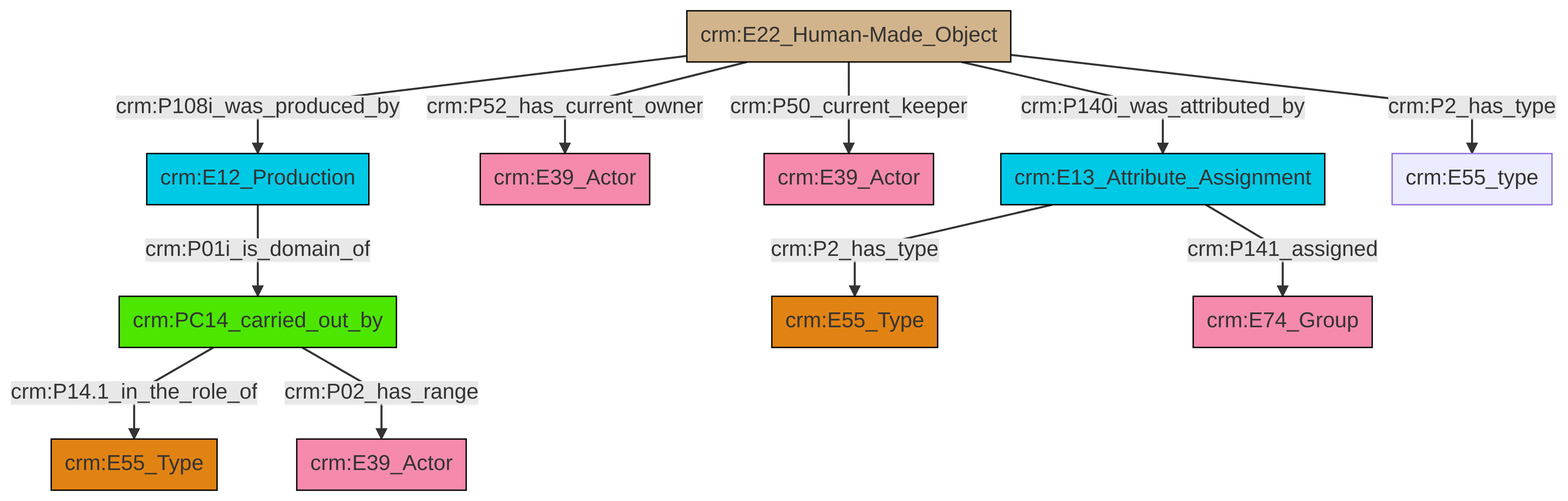
swiss-art-research-net/docs.swissartresearch keeps this Mermaid diagram as et/artworkCSV/ttl/mmd/png/Artwork_Actor_Relations.png. Above is the earlier version. Its source is kept beside it as et/artworkCSV/ttl/mmd/Artwork_Actor_Relations.ttl.mmd.
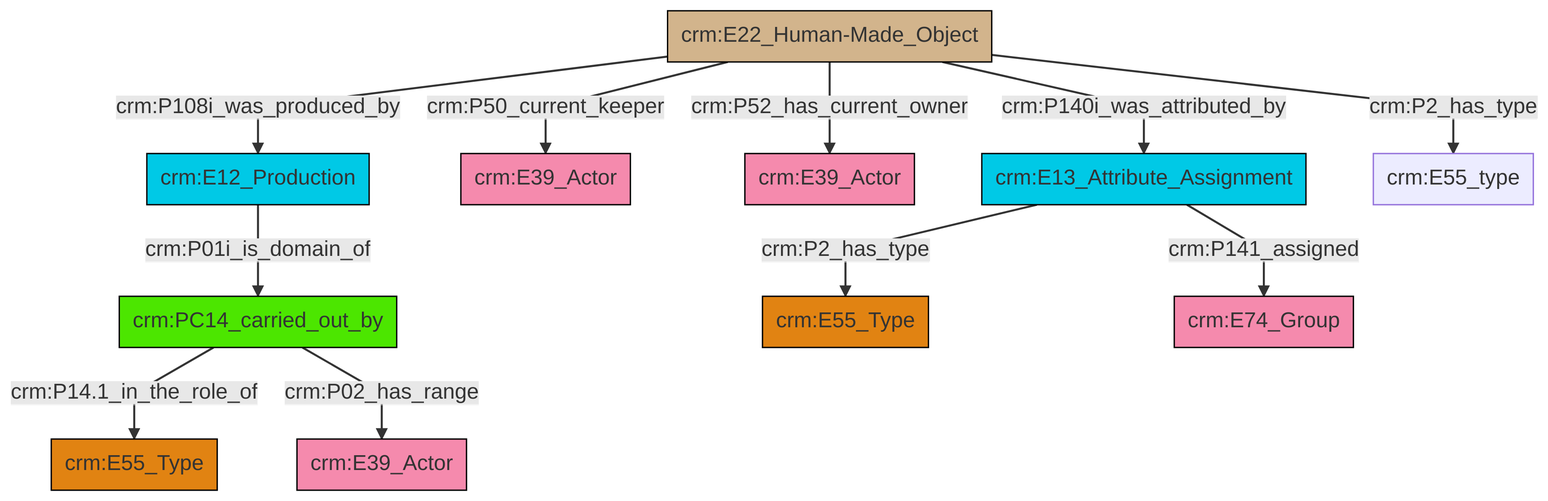
The same file after the commit.

Diff of the diagram source:
```diff
@@ -13,13 +13,13 @@
 classDef PC_Classes fill:#4ce600, stroke:#000000;
 classDef Multi fill:#cccccc,stroke:#000000;
 
-0["crm:PC14_carried_out_by"]:::PC_Classes -->|crm:P14.1_in_the_role_of| 1["crm:E55_Type"]:::Type
-4["crm:E22_Human-Made_Object"]:::Physical_Thing -->|crm:P52_has_current_owner| 5["crm:E39_Actor"]:::Actor
-4["crm:E22_Human-Made_Object"]:::Physical_Thing -->|crm:P50_current_keeper| 8["crm:E39_Actor"]:::Actor
-4["crm:E22_Human-Made_Object"]:::Physical_Thing -->|crm:P140i_was_attributed_by| 10["crm:E13_Attribute_Assignment"]:::Temporal_Entity
-4["crm:E22_Human-Made_Object"]:::Physical_Thing -->|crm:P108i_was_produced_by| 2["crm:E12_Production"]:::Temporal_Entity
-10["crm:E13_Attribute_Assignment"]:::Temporal_Entity -->|crm:P141_assigned| 12["crm:E74_Group"]:::Actor
-4["crm:E22_Human-Made_Object"]:::Physical_Thing -->|crm:P2_has_type| 14["crm:E55_type"]:::Default
-0["crm:PC14_carried_out_by"]:::PC_Classes -->|crm:P02_has_range| 17["crm:E39_Actor"]:::Actor
-10["crm:E13_Attribute_Assignment"]:::Temporal_Entity -->|crm:P2_has_type| 6["crm:E55_Type"]:::Type
-2["crm:E12_Production"]:::Temporal_Entity -->|crm:P01i_is_domain_of| 0["crm:PC14_carried_out_by"]:::PC_Classes
+0["crm:E12_Production"]:::Temporal_Entity -->|crm:P01i_is_domain_of| 1["crm:PC14_carried_out_by"]:::PC_Classes
+12["crm:E13_Attribute_Assignment"]:::Temporal_Entity -->|crm:P141_assigned| 13["crm:E74_Group"]:::Actor
+1["crm:PC14_carried_out_by"]:::PC_Classes -->|crm:P14.1_in_the_role_of| 2["crm:E55_Type"]:::Type
+14["crm:E22_Human-Made_Object"]:::Physical_Thing -->|crm:P52_has_current_owner| 8["crm:E39_Actor"]:::Actor
+14["crm:E22_Human-Made_Object"]:::Physical_Thing -->|crm:P140i_was_attributed_by| 12["crm:E13_Attribute_Assignment"]:::Temporal_Entity
+14["crm:E22_Human-Made_Object"]:::Physical_Thing -->|crm:P50_current_keeper| 6["crm:E39_Actor"]:::Actor
+14["crm:E22_Human-Made_Object"]:::Physical_Thing -->|crm:P2_has_type| 15["crm:E55_type"]:::Default
+12["crm:E13_Attribute_Assignment"]:::Temporal_Entity -->|crm:P2_has_type| 4["crm:E55_Type"]:::Type
+14["crm:E22_Human-Made_Object"]:::Physical_Thing -->|crm:P108i_was_produced_by| 0["crm:E12_Production"]:::Temporal_Entity
+1["crm:PC14_carried_out_by"]:::PC_Classes -->|crm:P02_has_range| 10["crm:E39_Actor"]:::Actor
```
